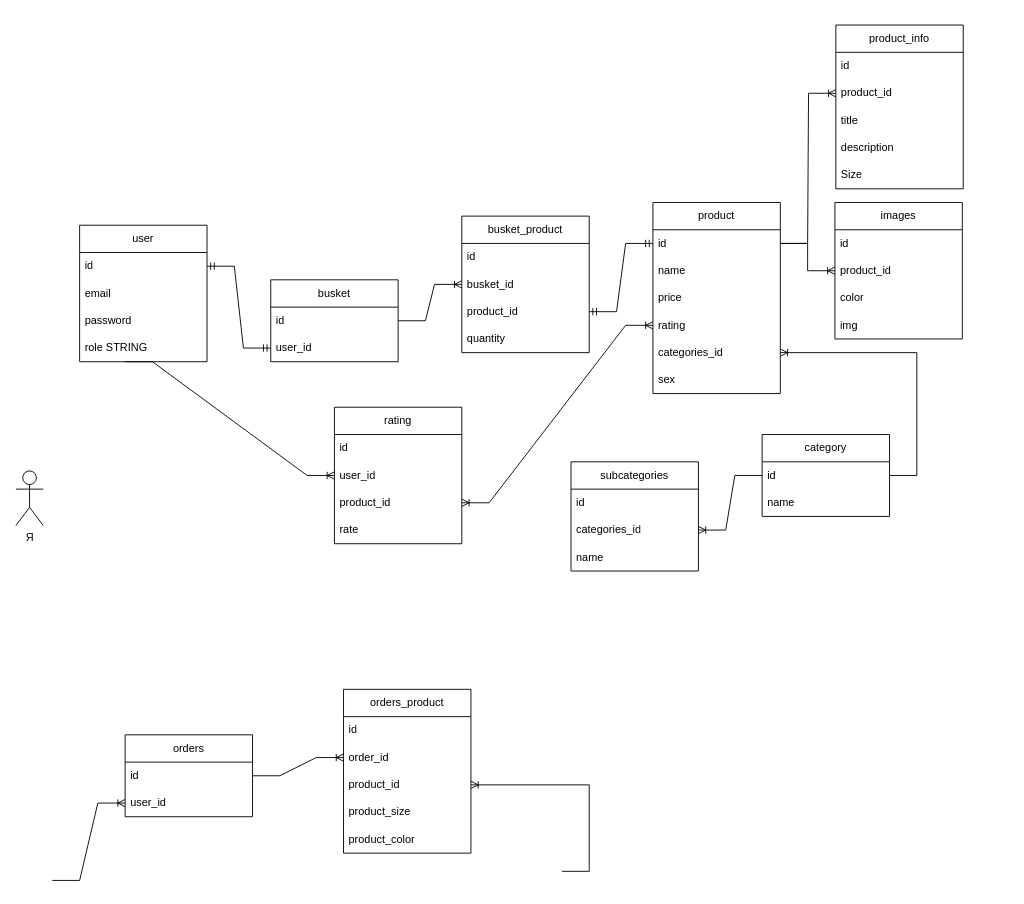
The draw.io diagram diagram.drawio in danilkass/clothes-shop, before the edit. Source tidied: cells renumbered, new cells numbered last; positions are measured from the earlier drawing's top-left corner, leaving out a move shared by most shapes. Both pictures are drawn from the tidied source at 91%, with x=0, y=0 at pixel (15, 25).
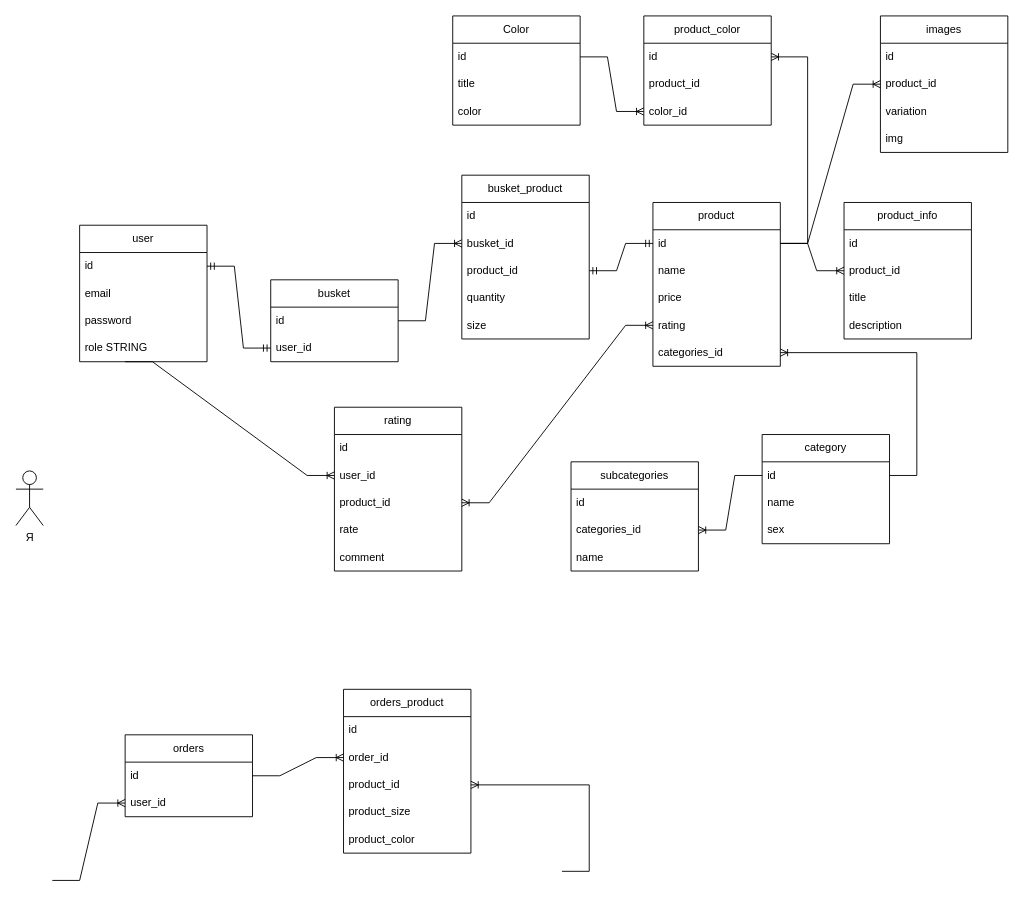
The same diagram, later.

Commit message (it also covers changes not shown here):
таблицы бд без связей

Unchanged cells that the change refers to:
```xml
<mxCell id="12" value="id" style="text;strokeColor=none;fillColor=none;align=left;verticalAlign=middle;spacingLeft=4;spacingRight=4;overflow=hidden;points=[[0,0.5],[1,0.5]];portConstraint=eastwest;whiteSpace=wrap;html=1;" parent="11" vertex="1">
  <mxGeometry y="30" width="140" height="30" as="geometry" />
</mxCell>
```

The edit, as a diff of the source:
```diff
@@
     <mxCell id="11" value="product" style="swimlane;fontStyle=0;horizontal=1;startSize=30;whiteSpace=wrap;html=1;" parent="1" vertex="1">
-      <mxGeometry x="700" y="195" width="140" height="210" as="geometry" />
+      <mxGeometry x="700" y="195" width="140" height="180" as="geometry" />
     </mxCell>
@@
-    <mxCell id="17" value="sex" style="text;strokeColor=none;fillColor=none;align=left;verticalAlign=middle;spacingLeft=4;spacingRight=4;overflow=hidden;whiteSpace=wrap;html=1;" parent="11" vertex="1">
-      <mxGeometry y="180" width="140" height="30" as="geometry" />
-    </mxCell>
     <mxCell id="18" value="category" style="swimlane;fontStyle=0;horizontal=1;startSize=30;whiteSpace=wrap;html=1;" parent="1" vertex="1">
-      <mxGeometry x="820" y="450" width="140" height="90" as="geometry" />
+      <mxGeometry x="820" y="450" width="140" height="120" as="geometry" />
     </mxCell>
@@
+    <mxCell id="17" value="sex" style="text;strokeColor=none;fillColor=none;align=left;verticalAlign=middle;spacingLeft=4;spacingRight=4;overflow=hidden;whiteSpace=wrap;html=1;" parent="18" vertex="1">
+      <mxGeometry y="90" width="140" height="30" as="geometry" />
+    </mxCell>
@@
     <mxCell id="22" value="product_info" style="swimlane;fontStyle=0;horizontal=1;startSize=30;whiteSpace=wrap;html=1;" parent="1" vertex="1">
-      <mxGeometry x="901" width="140" height="180" as="geometry" />
+      <mxGeometry x="910" y="195" width="140" height="150" as="geometry" />
     </mxCell>
@@
-    <mxCell id="27" value="Size" style="text;strokeColor=none;fillColor=none;align=left;verticalAlign=middle;spacingLeft=4;spacingRight=4;overflow=hidden;whiteSpace=wrap;html=1;" parent="22" vertex="1">
-      <mxGeometry y="150" width="140" height="30" as="geometry" />
-    </mxCell>
@@
     <mxCell id="29" value="busket_product" style="swimlane;fontStyle=0;horizontal=1;startSize=30;whiteSpace=wrap;html=1;" parent="1" vertex="1">
-      <mxGeometry x="490" y="210" width="140" height="150" as="geometry" />
+      <mxGeometry x="490" y="165" width="140" height="180" as="geometry" />
     </mxCell>
@@
+    <mxCell id="67" value="size" style="text;strokeColor=none;fillColor=none;align=left;verticalAlign=middle;spacingLeft=4;spacingRight=4;overflow=hidden;whiteSpace=wrap;html=1;" parent="29" vertex="1">
+      <mxGeometry y="150" width="140" height="30" as="geometry" />
+    </mxCell>
@@
     <mxCell id="36" value="rating" style="swimlane;fontStyle=0;horizontal=1;startSize=30;whiteSpace=wrap;html=1;" parent="1" vertex="1">
-      <mxGeometry x="350" y="420" width="140" height="150" as="geometry" />
+      <mxGeometry x="350" y="420" width="140" height="180" as="geometry" />
     </mxCell>
@@
+    <mxCell id="68" value="comment" style="text;strokeColor=none;fillColor=none;align=left;verticalAlign=middle;spacingLeft=4;spacingRight=4;overflow=hidden;whiteSpace=wrap;html=1;" parent="36" vertex="1">
+      <mxGeometry y="150" width="140" height="30" as="geometry" />
+    </mxCell>
@@
     <mxCell id="49" value="images" style="swimlane;fontStyle=0;horizontal=1;startSize=30;whiteSpace=wrap;html=1;" parent="1" vertex="1">
-      <mxGeometry x="900" y="195" width="140" height="150" as="geometry" />
+      <mxGeometry x="950" y="-10" width="140" height="150" as="geometry" />
     </mxCell>
@@
-    <mxCell id="52" value="color" style="text;strokeColor=none;fillColor=none;align=left;verticalAlign=middle;spacingLeft=4;spacingRight=4;overflow=hidden;whiteSpace=wrap;html=1;" parent="49" vertex="1">
+    <mxCell id="52" value="variation" style="text;strokeColor=none;fillColor=none;align=left;verticalAlign=middle;spacingLeft=4;spacingRight=4;overflow=hidden;whiteSpace=wrap;html=1;" parent="49" vertex="1">
       <mxGeometry y="90" width="140" height="30" as="geometry" />
     </mxCell>
@@
+    <mxCell id="69" value="Color" style="swimlane;fontStyle=0;horizontal=1;startSize=30;whiteSpace=wrap;html=1;" parent="1" vertex="1">
+      <mxGeometry x="480" y="-10" width="140" height="120" as="geometry" />
+    </mxCell>
+    <mxCell id="70" value="id" style="text;strokeColor=none;fillColor=none;align=left;verticalAlign=middle;spacingLeft=4;spacingRight=4;overflow=hidden;points=[[0,0.5],[1,0.5]];portConstraint=eastwest;whiteSpace=wrap;html=1;" parent="69" vertex="1">
+      <mxGeometry y="30" width="140" height="30" as="geometry" />
+    </mxCell>
+    <mxCell id="71" value="title" style="text;strokeColor=none;fillColor=none;align=left;verticalAlign=middle;spacingLeft=4;spacingRight=4;overflow=hidden;whiteSpace=wrap;html=1;" parent="69" vertex="1">
+      <mxGeometry y="60" width="140" height="30" as="geometry" />
+    </mxCell>
+    <mxCell id="72" value="color" style="text;strokeColor=none;fillColor=none;align=left;verticalAlign=middle;spacingLeft=4;spacingRight=4;overflow=hidden;whiteSpace=wrap;html=1;" parent="69" vertex="1">
+      <mxGeometry y="90" width="140" height="30" as="geometry" />
+    </mxCell>
+    <mxCell id="73" value="product_color" style="swimlane;fontStyle=0;horizontal=1;startSize=30;whiteSpace=wrap;html=1;" parent="1" vertex="1">
+      <mxGeometry x="690" y="-10" width="140" height="120" as="geometry" />
+    </mxCell>
+    <mxCell id="74" value="id" style="text;strokeColor=none;fillColor=none;align=left;verticalAlign=middle;spacingLeft=4;spacingRight=4;overflow=hidden;points=[[0,0.5],[1,0.5]];portConstraint=eastwest;whiteSpace=wrap;html=1;" parent="73" vertex="1">
+      <mxGeometry y="30" width="140" height="30" as="geometry" />
+    </mxCell>
+    <mxCell id="75" value="product_id" style="text;strokeColor=none;fillColor=none;align=left;verticalAlign=middle;spacingLeft=4;spacingRight=4;overflow=hidden;whiteSpace=wrap;html=1;" parent="73" vertex="1">
+      <mxGeometry y="60" width="140" height="30" as="geometry" />
+    </mxCell>
+    <mxCell id="76" value="color_id" style="text;strokeColor=none;fillColor=none;align=left;verticalAlign=middle;spacingLeft=4;spacingRight=4;overflow=hidden;points=[[0,0.5],[1,0.5]];portConstraint=eastwest;whiteSpace=wrap;html=1;" parent="73" vertex="1">
+      <mxGeometry y="90" width="140" height="30" as="geometry" />
+    </mxCell>
+    <mxCell id="77" style="edgeStyle=entityRelationEdgeStyle;fontSize=12;html=1;endArrow=ERoneToMany;rounded=0;" parent="1" edge="1" source="12" target="74">
+      <mxGeometry relative="1" as="geometry">
+        <Array as="points">
+          <mxPoint x="1260" y="640" />
+          <mxPoint x="1260" y="495" />
+          <mxPoint x="1220" y="325" />
+          <mxPoint x="1260" y="345" />
+          <mxPoint x="1270" y="495" />
+        </Array>
+      </mxGeometry>
+    </mxCell>
+    <mxCell id="78" style="edgeStyle=entityRelationEdgeStyle;fontSize=12;html=1;endArrow=ERoneToMany;rounded=0;" parent="1" edge="1" source="70" target="76">
+      <mxGeometry relative="1" as="geometry">
+        <Array as="points">
+          <mxPoint x="810" y="525" />
+          <mxPoint x="810" y="380" />
+          <mxPoint x="770" y="210" />
+          <mxPoint x="810" y="230" />
+          <mxPoint x="820" y="380" />
+        </Array>
+      </mxGeometry>
+    </mxCell>
```
